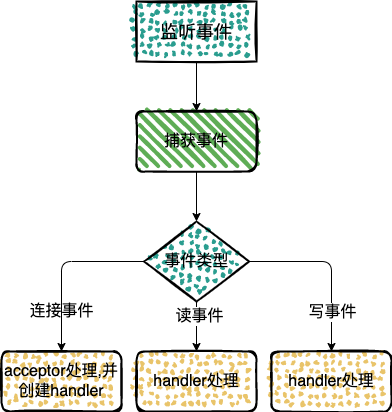
The draw.io diagram img/redis/redis-reactor-list.png in boilingfrog/Go-POINT, before a commit. Source tidied: cells renumbered, new cells last; positions are measured from the earlier drawing's top-left corner, leaving out a move shared by most shapes.
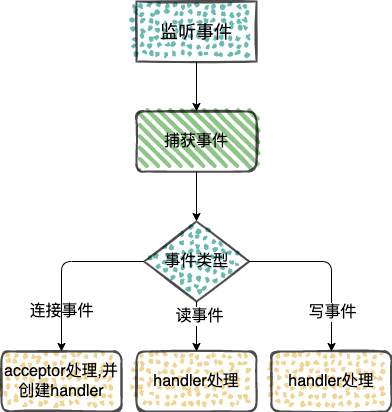
The same file after the commit.

Commit message:
feat:redis 中的原子性

The edit, as a diff of the source:
```diff
@@ -2,19 +2,19 @@
   <root>
     <mxCell id="0" />
     <mxCell id="1" parent="0" />
-    <mxCell id="2" value="acceptor处理,并创建handler" style="rounded=1;whiteSpace=wrap;html=1;strokeWidth=2;fillWeight=2;hachureGap=8;hachureAngle=45;fillColor=#E9C46A;sketch=1;fontSize=16;fillStyle=dots;" parent="1" vertex="1">
+    <mxCell id="2" value="acceptor处理,并创建handler" style="rounded=1;whiteSpace=wrap;html=1;strokeWidth=2;fillWeight=2;hachureGap=8;hachureAngle=45;fillColor=#E9C46A;sketch=1;fontSize=16;fillStyle=dots;opacity=70;" parent="1" vertex="1">
       <mxGeometry y="350" width="120" height="60" as="geometry" />
     </mxCell>
     <mxCell id="3" style="edgeStyle=orthogonalEdgeStyle;html=1;fontSize=18;startArrow=none;startFill=0;" parent="1" edge="1" source="4" target="6">
       <mxGeometry relative="1" as="geometry" />
     </mxCell>
-    <mxCell id="4" value="&lt;span style=&quot;font-size: 18px&quot;&gt;监听事件&lt;/span&gt;" style="rounded=0;whiteSpace=wrap;html=1;fontFamily=Helvetica;fontSize=12;fontColor=default;strokeColor=default;fillColor=#2A9D8F;strokeWidth=2;fillWeight=2;hachureGap=8;fillStyle=dots;sketch=1;" parent="1" vertex="1">
+    <mxCell id="4" value="&lt;span style=&quot;font-size: 18px&quot;&gt;监听事件&lt;/span&gt;" style="rounded=0;whiteSpace=wrap;html=1;fontFamily=Helvetica;fontSize=12;fontColor=default;strokeColor=default;fillColor=#2A9D8F;strokeWidth=2;fillWeight=2;hachureGap=8;fillStyle=dots;sketch=1;opacity=70;" parent="1" vertex="1">
       <mxGeometry x="135" width="120" height="60" as="geometry" />
     </mxCell>
     <mxCell id="5" style="edgeStyle=orthogonalEdgeStyle;html=1;entryX=0.5;entryY=0;entryDx=0;entryDy=0;fontSize=16;startArrow=none;startFill=0;" parent="1" edge="1" source="6" target="12">
       <mxGeometry relative="1" as="geometry" />
     </mxCell>
-    <mxCell id="6" value="捕获事件" style="whiteSpace=wrap;html=1;fontSize=16;fillColor=#5FAD56;rounded=1;strokeWidth=2;fillWeight=4;hachureGap=8;hachureAngle=45;sketch=1;" parent="1" vertex="1">
+    <mxCell id="6" value="捕获事件" style="whiteSpace=wrap;html=1;fontSize=16;fillColor=#5FAD56;rounded=1;strokeWidth=2;fillWeight=4;hachureGap=8;hachureAngle=45;sketch=1;opacity=70;" parent="1" vertex="1">
       <mxGeometry x="135" y="110" width="120" height="60" as="geometry" />
     </mxCell>
     <mxCell id="7" style="edgeStyle=orthogonalEdgeStyle;html=1;entryX=0.5;entryY=0;entryDx=0;entryDy=0;fontSize=16;startArrow=none;startFill=0;" parent="1" edge="1" source="12" target="2">
@@ -34,13 +34,13 @@
     <mxCell id="11" value="读事件" style="edgeLabel;html=1;align=center;verticalAlign=middle;fontSize=16;" parent="10" vertex="1">
       <mxGeometry x="-0.46" y="2" relative="1" as="geometry" />
     </mxCell>
-    <mxCell id="12" value="&lt;font style=&quot;font-size: 16px&quot;&gt;事件类型&lt;/font&gt;" style="rhombus;whiteSpace=wrap;html=1;fontSize=12;fillColor=#2A9D8F;rounded=0;strokeWidth=2;fillWeight=2;hachureGap=8;fillStyle=dots;sketch=1;hachureAngle=45;" parent="1" vertex="1">
+    <mxCell id="12" value="&lt;font style=&quot;font-size: 16px&quot;&gt;事件类型&lt;/font&gt;" style="rhombus;whiteSpace=wrap;html=1;fontSize=12;fillColor=#2A9D8F;rounded=0;strokeWidth=2;fillWeight=2;hachureGap=8;fillStyle=dots;sketch=1;hachureAngle=45;opacity=70;" parent="1" vertex="1">
       <mxGeometry x="142.5" y="220" width="105" height="80" as="geometry" />
     </mxCell>
-    <mxCell id="13" value="handler处理" style="rounded=1;whiteSpace=wrap;html=1;strokeWidth=2;fillWeight=2;hachureGap=8;hachureAngle=45;fillColor=#E9C46A;sketch=1;fontSize=16;fillStyle=dots;" parent="1" vertex="1">
+    <mxCell id="13" value="handler处理" style="rounded=1;whiteSpace=wrap;html=1;strokeWidth=2;fillWeight=2;hachureGap=8;hachureAngle=45;fillColor=#E9C46A;sketch=1;fontSize=16;fillStyle=dots;opacity=70;" parent="1" vertex="1">
       <mxGeometry x="135" y="350" width="120" height="60" as="geometry" />
     </mxCell>
-    <mxCell id="14" value="handler处理" style="rounded=1;whiteSpace=wrap;html=1;strokeWidth=2;fillWeight=2;hachureGap=8;hachureAngle=45;fillColor=#E9C46A;sketch=1;fontSize=16;fillStyle=dots;" parent="1" vertex="1">
+    <mxCell id="14" value="handler处理" style="rounded=1;whiteSpace=wrap;html=1;strokeWidth=2;fillWeight=2;hachureGap=8;hachureAngle=45;fillColor=#E9C46A;sketch=1;fontSize=16;fillStyle=dots;opacity=70;" parent="1" vertex="1">
       <mxGeometry x="270" y="350" width="120" height="60" as="geometry" />
     </mxCell>
     <mxCell id="15" value="连接事件" style="text;html=1;align=center;verticalAlign=middle;strokeColor=none;fillColor=none;fontSize=16;" parent="1" vertex="1">
```
